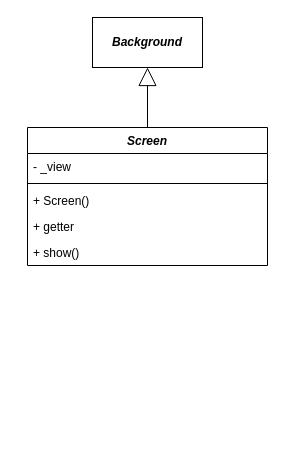
The draw.io diagram docs/issue/95-diagram.drawio in elma1989/el-pollo-loco, before the edit. Source tidied: cells renumbered, new cells numbered last; positions are measured from the earlier drawing's top-left corner, leaving out a move shared by most shapes. Both pictures are drawn from the tidied source at 100%, with x=0, y=0 at pixel (27, 17).
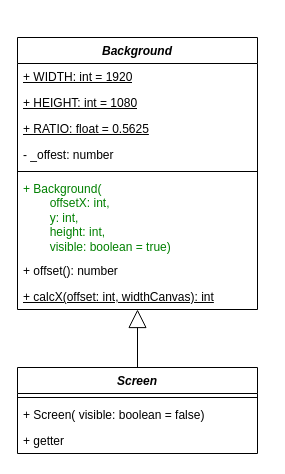
The same diagram, later.

Commit message (it also covers changes not shown here):
doc: Updated issue 95 diagram - Update Screen to curent state

Change to the diagram source:
```diff
@@
 <mxGraphModel>
   <root>
     <mxCell id="0" />
     <mxCell id="1" parent="0" />
-    <mxCell id="2" value="&lt;b&gt;Background&lt;/b&gt;" style="html=1;whiteSpace=wrap;fontStyle=2;" parent="1" vertex="1">
-      <mxGeometry x="65" width="110" height="50" as="geometry" />
-    </mxCell>
     <mxCell id="3" value="Screen" style="swimlane;fontStyle=3;align=center;verticalAlign=top;horizontal=1;startSize=26;whiteSpace=wrap;html=1;" parent="1" vertex="1">
-      <mxGeometry y="110" width="240" height="138" as="geometry" />
+      <mxGeometry x="-10" y="350" width="240" height="86" as="geometry" />
     </mxCell>
-    <mxCell id="4" value="- _view" style="text;strokeColor=none;fillColor=none;align=left;verticalAlign=top;spacingLeft=4;spacingRight=4;overflow=hidden;whiteSpace=wrap;html=1;" parent="3" vertex="1">
-      <mxGeometry y="26" width="240" height="26" as="geometry" />
-    </mxCell>
     <mxCell id="5" style="line;strokeWidth=1;fillColor=none;align=left;verticalAlign=middle;spacingTop=-1;spacingLeft=3;spacingRight=3;labelPosition=right;strokeColor=inherit;" parent="3" vertex="1">
-      <mxGeometry y="52" width="240" height="8" as="geometry" />
+      <mxGeometry y="26" width="240" height="8" as="geometry" />
     </mxCell>
-    <mxCell id="6" value="+ Screen()" style="text;strokeColor=none;fillColor=none;align=left;verticalAlign=top;spacingLeft=4;spacingRight=4;overflow=hidden;whiteSpace=wrap;html=1;" parent="3" vertex="1">
-      <mxGeometry y="60" width="240" height="26" as="geometry" />
+    <mxCell id="6" value="+ Screen( visible: boolean = false)" style="text;strokeColor=none;fillColor=none;align=left;verticalAlign=top;spacingLeft=4;spacingRight=4;overflow=hidden;whiteSpace=wrap;html=1;" parent="3" vertex="1">
+      <mxGeometry y="34" width="240" height="26" as="geometry" />
     </mxCell>
     <mxCell id="7" value="+ getter" style="text;strokeColor=none;fillColor=none;align=left;verticalAlign=top;spacingLeft=4;spacingRight=4;overflow=hidden;whiteSpace=wrap;html=1;" parent="3" vertex="1">
-      <mxGeometry y="86" width="240" height="26" as="geometry" />
+      <mxGeometry y="60" width="240" height="26" as="geometry" />
     </mxCell>
-    <mxCell id="8" value="+ show()" style="text;strokeColor=none;fillColor=none;align=left;verticalAlign=top;spacingLeft=4;spacingRight=4;overflow=hidden;whiteSpace=wrap;html=1;" parent="3" vertex="1">
-      <mxGeometry y="112" width="240" height="26" as="geometry" />
-    </mxCell>
     <mxCell id="9" style="endArrow=block;endSize=16;endFill=0;html=1;rounded=0;" parent="1" edge="1" source="3" target="2">
       <mxGeometry relative="1" as="geometry" />
     </mxCell>
+    <mxCell id="2" value="Background" style="swimlane;fontStyle=3;align=center;verticalAlign=top;horizontal=1;startSize=26;whiteSpace=wrap;html=1;" parent="1" vertex="1">
+      <mxGeometry x="-10" y="20" width="240" height="272" as="geometry" />
+    </mxCell>
+    <mxCell id="10" value="+ WIDTH: int = 1920" style="text;strokeColor=none;fillColor=none;align=left;verticalAlign=top;spacingLeft=4;spacingRight=4;overflow=hidden;whiteSpace=wrap;html=1;fontStyle=4;" parent="2" vertex="1">
+      <mxGeometry y="26" width="240" height="26" as="geometry" />
+    </mxCell>
+    <mxCell id="11" value="+ HEIGHT: int = 1080" style="text;strokeColor=none;fillColor=none;align=left;verticalAlign=top;spacingLeft=4;spacingRight=4;overflow=hidden;whiteSpace=wrap;html=1;fontStyle=4;" parent="2" vertex="1">
+      <mxGeometry y="52" width="240" height="26" as="geometry" />
+    </mxCell>
+    <mxCell id="12" value="+ RATIO: float = 0.5625" style="text;strokeColor=none;fillColor=none;align=left;verticalAlign=top;spacingLeft=4;spacingRight=4;overflow=hidden;whiteSpace=wrap;html=1;fontStyle=4;" parent="2" vertex="1">
+      <mxGeometry y="78" width="240" height="26" as="geometry" />
+    </mxCell>
+    <mxCell id="13" value="- _offest: number" style="text;strokeColor=none;fillColor=none;align=left;verticalAlign=top;spacingLeft=4;spacingRight=4;overflow=hidden;whiteSpace=wrap;html=1;" parent="2" vertex="1">
+      <mxGeometry y="104" width="240" height="26" as="geometry" />
+    </mxCell>
+    <mxCell id="14" style="line;strokeWidth=1;fillColor=none;align=left;verticalAlign=middle;spacingTop=-1;spacingLeft=3;spacingRight=3;labelPosition=right;strokeColor=inherit;" parent="2" vertex="1">
+      <mxGeometry y="130" width="240" height="8" as="geometry" />
+    </mxCell>
+    <mxCell id="15" value="+ Background(&lt;div&gt;&lt;span style=&quot;background-color: transparent;&quot;&gt;&lt;span style=&quot;white-space: pre;&quot;&gt;&#9;&lt;/span&gt;offsetX: int,&lt;/span&gt;&lt;/div&gt;&lt;div&gt;&lt;span style=&quot;background-color: transparent;&quot;&gt;&lt;span style=&quot;white-space: pre;&quot;&gt;&#9;&lt;/span&gt;y: int,&lt;/span&gt;&lt;/div&gt;&lt;div&gt;&lt;span style=&quot;background-color: transparent;&quot;&gt;&lt;span style=&quot;white-space: pre;&quot;&gt;&#9;&lt;/span&gt;height: int,&lt;/span&gt;&lt;/div&gt;&lt;div&gt;&lt;span style=&quot;background-color: transparent;&quot;&gt;&lt;span style=&quot;white-space: pre;&quot;&gt;&#9;&lt;/span&gt;visible: boolean = true)&lt;/span&gt;&lt;/div&gt;" style="text;strokeColor=none;fillColor=none;align=left;verticalAlign=top;spacingLeft=4;spacingRight=4;overflow=hidden;whiteSpace=wrap;html=1;fontColor=light-dark(#008000,#80FF80);" parent="2" vertex="1">
+      <mxGeometry y="138" width="240" height="82" as="geometry" />
+    </mxCell>
+    <mxCell id="16" value="+ offset(): number" style="text;strokeColor=none;fillColor=none;align=left;verticalAlign=top;spacingLeft=4;spacingRight=4;overflow=hidden;whiteSpace=wrap;html=1;fontStyle=0;" parent="2" vertex="1">
+      <mxGeometry y="220" width="240" height="26" as="geometry" />
+    </mxCell>
+    <mxCell id="17" value="+ calcX(offset: int, widthCanvas): int" style="text;strokeColor=none;fillColor=none;align=left;verticalAlign=top;spacingLeft=4;spacingRight=4;overflow=hidden;whiteSpace=wrap;html=1;fontStyle=4;" parent="2" vertex="1">
+      <mxGeometry y="246" width="240" height="26" as="geometry" />
+    </mxCell>
   </root>
 </mxGraphModel>
```
